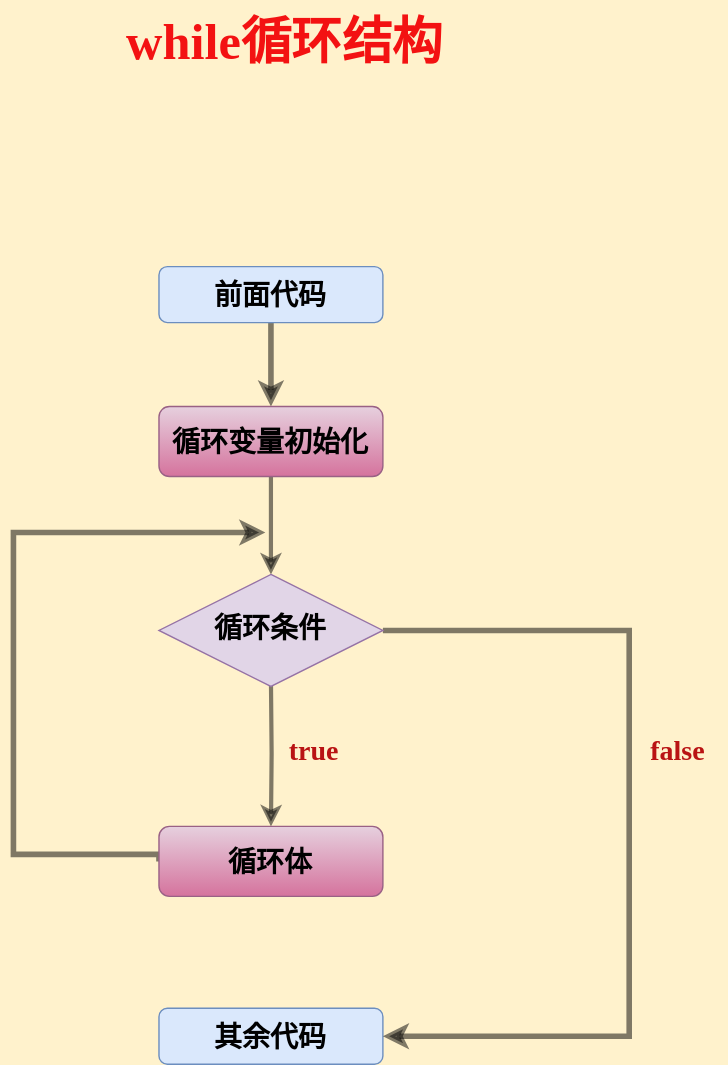
Above: Day04_803/while循环.svg in Yachneee/idea (draw.io), before the change. Source tidied: cells renumbered, new cells last; positions are measured from the earlier drawing's top-left corner, leaving out a move shared by most shapes. Its diagram source:
```xml
<mxGraphModel background="#FFF2CC">
  <root>
    <mxCell id="0" />
    <mxCell id="1" parent="0" />
    <mxCell id="2" value="while循环结构" style="text;html=1;strokeColor=none;fillColor=none;align=center;verticalAlign=middle;whiteSpace=wrap;rounded=0;fontSize=36;fontColor=#f31212;fontStyle=1;fontFamily=Comic Sans MS;" parent="1" vertex="1">
      <mxGeometry x="74" width="240" height="60" as="geometry" />
    </mxCell>
    <mxCell id="3" style="edgeStyle=orthogonalEdgeStyle;rounded=0;jettySize=auto;html=1;exitX=0.5;exitY=1;exitDx=0;exitDy=0;entryX=0.5;entryY=0;entryDx=0;entryDy=0;strokeWidth=4;opacity=50;" parent="1" edge="1" source="4" target="10">
      <mxGeometry relative="1" as="geometry" />
    </mxCell>
    <mxCell id="4" value="前面代码" style="rounded=1;whiteSpace=wrap;html=1;fontSize=20;glass=0;strokeWidth=1;shadow=0;fillColor=#dae8fc;strokeColor=#6c8ebf;fontColor=#000000;fontFamily=Tahoma;fontStyle=1;" parent="1" vertex="1">
      <mxGeometry x="104" y="190" width="160" height="40" as="geometry" />
    </mxCell>
    <mxCell id="5" value="其余代码" style="rounded=1;whiteSpace=wrap;html=1;fontSize=20;glass=0;strokeWidth=1;shadow=0;fillColor=#dae8fc;strokeColor=#6c8ebf;fontColor=#000000;fontFamily=Tahoma;fontStyle=1;" parent="1" vertex="1">
      <mxGeometry x="104" y="720" width="160" height="40" as="geometry" />
    </mxCell>
    <mxCell id="6" style="edgeStyle=orthogonalEdgeStyle;rounded=0;jettySize=auto;html=1;exitX=0.5;exitY=1;exitDx=0;exitDy=0;entryX=0.5;entryY=0;entryDx=0;entryDy=0;strokeWidth=3;opacity=50;" parent="1" edge="1" source="10">
      <mxGeometry relative="1" as="geometry">
        <mxPoint x="184" y="410" as="targetPoint" />
      </mxGeometry>
    </mxCell>
    <mxCell id="7" style="edgeStyle=orthogonalEdgeStyle;rounded=0;jettySize=auto;html=1;exitX=0.5;exitY=1;exitDx=0;exitDy=0;strokeWidth=3;opacity=50;entryX=0.5;entryY=0;entryDx=0;entryDy=0;" parent="1" edge="1" target="12">
      <mxGeometry relative="1" as="geometry">
        <mxPoint x="184" y="485" as="sourcePoint" />
      </mxGeometry>
    </mxCell>
    <mxCell id="8" value="false" style="text;html=1;strokeColor=none;fillColor=none;align=center;verticalAlign=middle;whiteSpace=wrap;rounded=0;fontSize=20;fontFamily=Comic Sans MS;fontColor=#b91313;fontStyle=1;" parent="1" vertex="1">
      <mxGeometry x="440" y="520" width="70" height="30" as="geometry" />
    </mxCell>
    <mxCell id="9" value="true" style="text;html=1;strokeColor=none;fillColor=none;align=center;verticalAlign=middle;whiteSpace=wrap;rounded=0;fontSize=20;fontFamily=Comic Sans MS;fontColor=#b91313;fontStyle=1;" parent="1" vertex="1">
      <mxGeometry x="180" y="520" width="70" height="30" as="geometry" />
    </mxCell>
    <mxCell id="10" value="循环变量初始化" style="rounded=1;whiteSpace=wrap;html=1;fontSize=20;glass=0;strokeWidth=1;shadow=0;fillColor=#e6d0de;strokeColor=#996185;gradientColor=#d5739d;fontStyle=1;" parent="1" vertex="1">
      <mxGeometry x="104" y="290" width="160" height="50" as="geometry" />
    </mxCell>
    <mxCell id="11" style="edgeStyle=orthogonalEdgeStyle;rounded=0;jettySize=auto;html=1;exitX=0;exitY=0.5;exitDx=0;exitDy=0;strokeWidth=4;opacity=50;" parent="1" edge="1" source="12">
      <mxGeometry relative="1" as="geometry">
        <mxPoint x="180" y="380" as="targetPoint" />
        <Array as="points">
          <mxPoint x="104" y="610" />
          <mxPoint y="610" />
          <mxPoint y="380" />
        </Array>
      </mxGeometry>
    </mxCell>
    <mxCell id="12" value="循环体" style="rounded=1;whiteSpace=wrap;html=1;fontSize=20;glass=0;strokeWidth=1;shadow=0;fillColor=#e6d0de;strokeColor=#996185;gradientColor=#d5739d;fontStyle=1;" parent="1" vertex="1">
      <mxGeometry x="104" y="590" width="160" height="50" as="geometry" />
    </mxCell>
    <mxCell id="13" style="edgeStyle=orthogonalEdgeStyle;rounded=0;jettySize=auto;html=1;exitX=1;exitY=0.5;exitDx=0;exitDy=0;entryX=1;entryY=0.5;entryDx=0;entryDy=0;strokeWidth=4;opacity=50;" parent="1" edge="1" source="14" target="5">
      <mxGeometry relative="1" as="geometry">
        <Array as="points">
          <mxPoint x="440" y="450" />
          <mxPoint x="440" y="740" />
        </Array>
      </mxGeometry>
    </mxCell>
    <mxCell id="14" value="循环条件" style="rhombus;whiteSpace=wrap;html=1;shadow=0;fontFamily=Helvetica;fontSize=20;align=center;strokeWidth=1;spacing=6;spacingTop=-4;fillColor=#e1d5e7;strokeColor=#9673a6;fontStyle=1;" parent="1" vertex="1">
      <mxGeometry x="104" y="410" width="160" height="80" as="geometry" />
    </mxCell>
  </root>
</mxGraphModel>
```
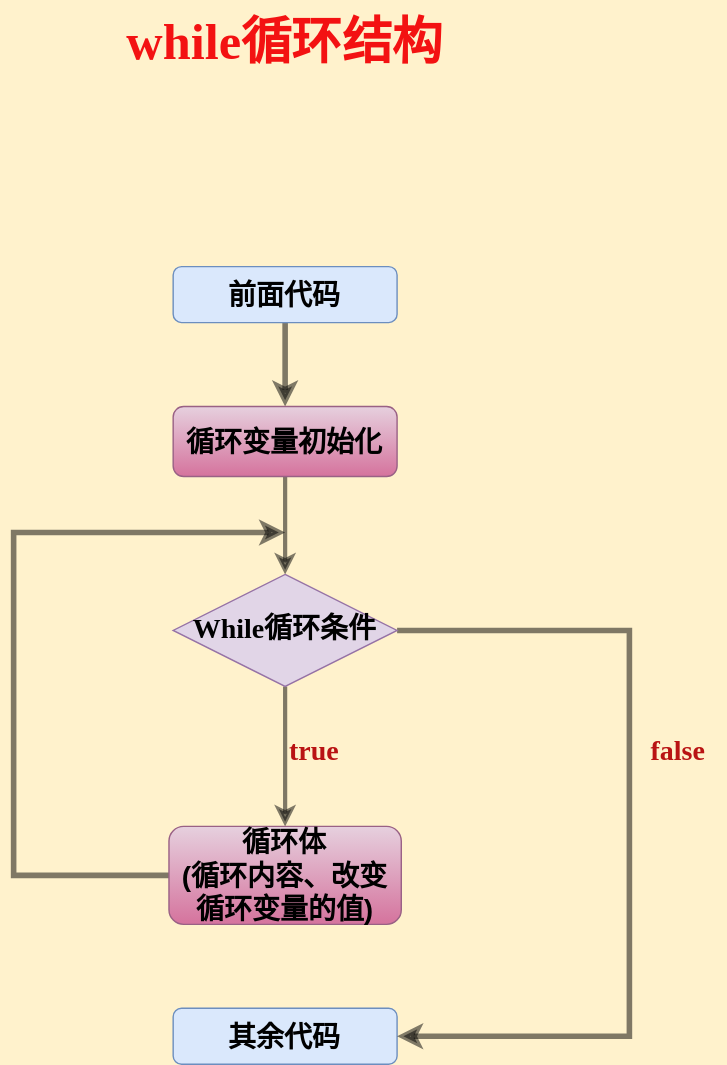
After the change.

Change to the diagram source:
```diff
@@ -9,20 +9,16 @@
       <mxGeometry relative="1" as="geometry" />
     </mxCell>
     <mxCell id="4" value="前面代码" style="rounded=1;whiteSpace=wrap;html=1;fontSize=20;glass=0;strokeWidth=1;shadow=0;fillColor=#dae8fc;strokeColor=#6c8ebf;fontColor=#000000;fontFamily=Tahoma;fontStyle=1;" parent="1" vertex="1">
-      <mxGeometry x="104" y="190" width="160" height="40" as="geometry" />
+      <mxGeometry x="114" y="190" width="160" height="40" as="geometry" />
     </mxCell>
     <mxCell id="5" value="其余代码" style="rounded=1;whiteSpace=wrap;html=1;fontSize=20;glass=0;strokeWidth=1;shadow=0;fillColor=#dae8fc;strokeColor=#6c8ebf;fontColor=#000000;fontFamily=Tahoma;fontStyle=1;" parent="1" vertex="1">
-      <mxGeometry x="104" y="720" width="160" height="40" as="geometry" />
+      <mxGeometry x="114" y="720" width="160" height="40" as="geometry" />
     </mxCell>
-    <mxCell id="6" style="edgeStyle=orthogonalEdgeStyle;rounded=0;jettySize=auto;html=1;exitX=0.5;exitY=1;exitDx=0;exitDy=0;entryX=0.5;entryY=0;entryDx=0;entryDy=0;strokeWidth=3;opacity=50;" parent="1" edge="1" source="10">
-      <mxGeometry relative="1" as="geometry">
-        <mxPoint x="184" y="410" as="targetPoint" />
-      </mxGeometry>
+    <mxCell id="6" style="edgeStyle=orthogonalEdgeStyle;rounded=0;jettySize=auto;html=1;exitX=0.5;exitY=1;exitDx=0;exitDy=0;entryX=0.5;entryY=0;entryDx=0;entryDy=0;strokeWidth=3;opacity=50;" parent="1" edge="1" source="10" target="14">
+      <mxGeometry relative="1" as="geometry" />
     </mxCell>
-    <mxCell id="7" style="edgeStyle=orthogonalEdgeStyle;rounded=0;jettySize=auto;html=1;exitX=0.5;exitY=1;exitDx=0;exitDy=0;strokeWidth=3;opacity=50;entryX=0.5;entryY=0;entryDx=0;entryDy=0;" parent="1" edge="1" target="12">
-      <mxGeometry relative="1" as="geometry">
-        <mxPoint x="184" y="485" as="sourcePoint" />
-      </mxGeometry>
+    <mxCell id="7" style="edgeStyle=orthogonalEdgeStyle;rounded=0;jettySize=auto;html=1;exitX=0.5;exitY=1;exitDx=0;exitDy=0;strokeWidth=3;opacity=50;entryX=0.5;entryY=0;entryDx=0;entryDy=0;" parent="1" edge="1" source="14" target="12">
+      <mxGeometry relative="1" as="geometry" />
     </mxCell>
     <mxCell id="8" value="false" style="text;html=1;strokeColor=none;fillColor=none;align=center;verticalAlign=middle;whiteSpace=wrap;rounded=0;fontSize=20;fontFamily=Comic Sans MS;fontColor=#b91313;fontStyle=1;" parent="1" vertex="1">
       <mxGeometry x="440" y="520" width="70" height="30" as="geometry" />
@@ -31,20 +27,19 @@
       <mxGeometry x="180" y="520" width="70" height="30" as="geometry" />
     </mxCell>
     <mxCell id="10" value="循环变量初始化" style="rounded=1;whiteSpace=wrap;html=1;fontSize=20;glass=0;strokeWidth=1;shadow=0;fillColor=#e6d0de;strokeColor=#996185;gradientColor=#d5739d;fontStyle=1;" parent="1" vertex="1">
-      <mxGeometry x="104" y="290" width="160" height="50" as="geometry" />
+      <mxGeometry x="114" y="290" width="160" height="50" as="geometry" />
     </mxCell>
     <mxCell id="11" style="edgeStyle=orthogonalEdgeStyle;rounded=0;jettySize=auto;html=1;exitX=0;exitY=0.5;exitDx=0;exitDy=0;strokeWidth=4;opacity=50;" parent="1" edge="1" source="12">
       <mxGeometry relative="1" as="geometry">
-        <mxPoint x="180" y="380" as="targetPoint" />
+        <mxPoint x="194" y="380" as="targetPoint" />
         <Array as="points">
-          <mxPoint x="104" y="610" />
-          <mxPoint y="610" />
+          <mxPoint y="625" />
           <mxPoint y="380" />
         </Array>
       </mxGeometry>
     </mxCell>
-    <mxCell id="12" value="循环体" style="rounded=1;whiteSpace=wrap;html=1;fontSize=20;glass=0;strokeWidth=1;shadow=0;fillColor=#e6d0de;strokeColor=#996185;gradientColor=#d5739d;fontStyle=1;" parent="1" vertex="1">
-      <mxGeometry x="104" y="590" width="160" height="50" as="geometry" />
+    <mxCell id="12" value="循环体&lt;br&gt;(循环内容、改变循环变量的值)" style="rounded=1;whiteSpace=wrap;html=1;fontSize=20;glass=0;strokeWidth=1;shadow=0;fillColor=#e6d0de;strokeColor=#996185;gradientColor=#d5739d;fontStyle=1;" parent="1" vertex="1">
+      <mxGeometry x="111" y="590" width="166" height="70" as="geometry" />
     </mxCell>
     <mxCell id="13" style="edgeStyle=orthogonalEdgeStyle;rounded=0;jettySize=auto;html=1;exitX=1;exitY=0.5;exitDx=0;exitDy=0;entryX=1;entryY=0.5;entryDx=0;entryDy=0;strokeWidth=4;opacity=50;" parent="1" edge="1" source="14" target="5">
       <mxGeometry relative="1" as="geometry">
@@ -54,8 +49,8 @@
         </Array>
       </mxGeometry>
     </mxCell>
-    <mxCell id="14" value="循环条件" style="rhombus;whiteSpace=wrap;html=1;shadow=0;fontFamily=Helvetica;fontSize=20;align=center;strokeWidth=1;spacing=6;spacingTop=-4;fillColor=#e1d5e7;strokeColor=#9673a6;fontStyle=1;" parent="1" vertex="1">
-      <mxGeometry x="104" y="410" width="160" height="80" as="geometry" />
+    <mxCell id="14" value="&lt;font face=&quot;Comic Sans MS&quot;&gt;While循环条件&lt;/font&gt;" style="rhombus;whiteSpace=wrap;html=1;shadow=0;fontFamily=Helvetica;fontSize=20;align=center;strokeWidth=1;spacing=6;spacingTop=-4;fillColor=#e1d5e7;strokeColor=#9673a6;fontStyle=1;" parent="1" vertex="1">
+      <mxGeometry x="114" y="410" width="160" height="80" as="geometry" />
     </mxCell>
   </root>
 </mxGraphModel>
```
